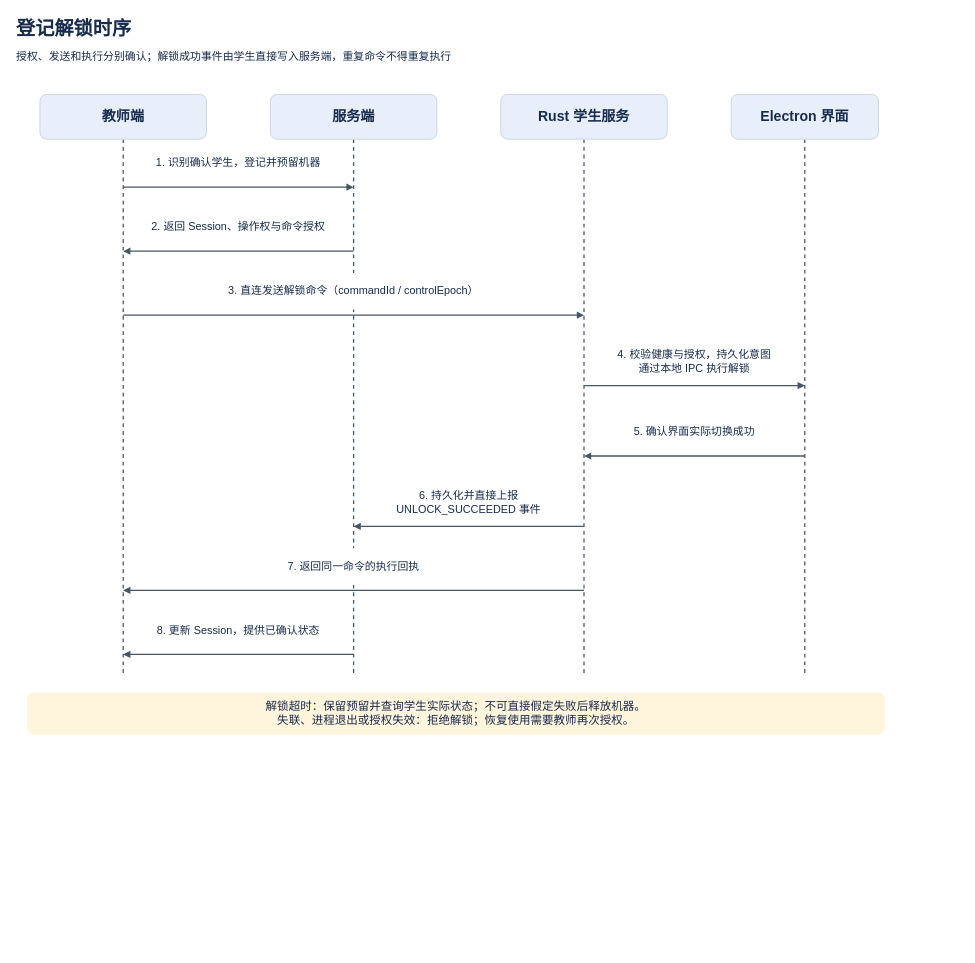
Before: page "登记解锁时序" (2 of 3) of docs/architecture.drawio in lmyzzzz/cyez-library-management, a draw.io diagram. Source tidied: cells renumbered, new cells numbered last; positions are measured from the earlier drawing's top-left corner, leaving out a move shared by most shapes. Both pictures are drawn from the tidied source at 64%, with x=0, y=0 at pixel (11, 11).
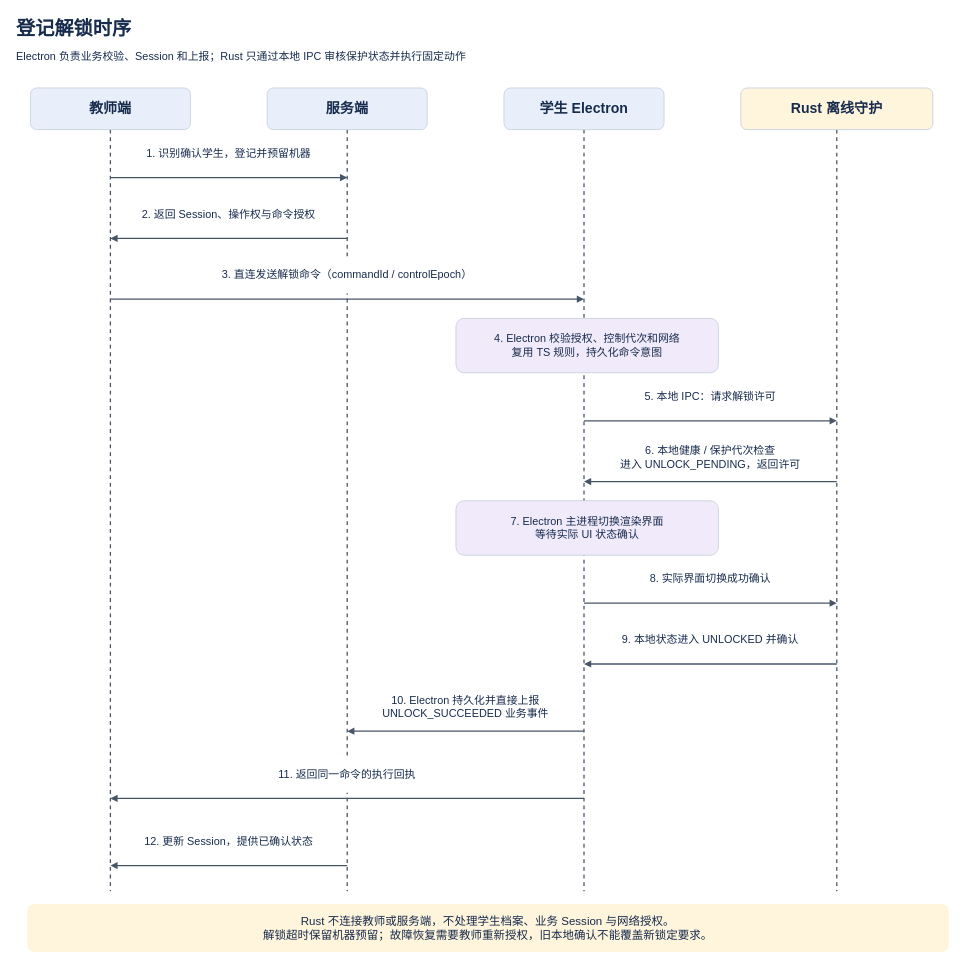
The same page after the edit.

Commit message (it also covers changes not shown here):
docs: move student logic to Electron and define Yarn workspaces

Diff of the diagram source:
```diff
@@
     <mxCell id="2" style="edgeStyle=none;rounded=0;html=0;strokeColor=#475569;strokeWidth=2;endArrow=none;endFill=1;startArrow=none;startFill=1;dashed=1;" parent="1" edge="1">
       <mxGeometry relative="1" as="geometry">
-        <mxPoint x="175" y="200" as="sourcePoint" />
-        <mxPoint x="175" y="1035" as="targetPoint" />
+        <mxPoint x="155" y="185" as="sourcePoint" />
+        <mxPoint x="155" y="1375" as="targetPoint" />
       </mxGeometry>
     </mxCell>
     <mxCell id="3" style="edgeStyle=none;rounded=0;html=0;strokeColor=#475569;strokeWidth=2;endArrow=none;endFill=1;startArrow=none;startFill=1;dashed=1;" parent="1" edge="1">
       <mxGeometry relative="1" as="geometry">
-        <mxPoint x="535" y="200" as="sourcePoint" />
-        <mxPoint x="535" y="1035" as="targetPoint" />
+        <mxPoint x="525" y="185" as="sourcePoint" />
+        <mxPoint x="525" y="1375" as="targetPoint" />
       </mxGeometry>
     </mxCell>
+    <mxCell id="29" style="edgeStyle=none;rounded=0;html=0;strokeColor=#475569;strokeWidth=2;endArrow=none;endFill=1;startArrow=none;startFill=1;dashed=1;" parent="1" edge="1">
+      <mxGeometry relative="1" as="geometry">
+        <mxPoint x="895" y="185" as="sourcePoint" />
+        <mxPoint x="895" y="1375" as="targetPoint" />
+      </mxGeometry>
+    </mxCell>
     <mxCell id="4" style="edgeStyle=none;rounded=0;html=0;strokeColor=#475569;strokeWidth=2;endArrow=none;endFill=1;startArrow=none;startFill=1;dashed=1;" parent="1" edge="1">
       <mxGeometry relative="1" as="geometry">
-        <mxPoint x="895" y="200" as="sourcePoint" />
-        <mxPoint x="895" y="1035" as="targetPoint" />
+        <mxPoint x="1290" y="185" as="sourcePoint" />
+        <mxPoint x="1290" y="1375" as="targetPoint" />
       </mxGeometry>
     </mxCell>
-    <mxCell id="5" style="edgeStyle=none;rounded=0;html=0;strokeColor=#475569;strokeWidth=2;endArrow=none;endFill=1;startArrow=none;startFill=1;dashed=1;" parent="1" edge="1">
-      <mxGeometry relative="1" as="geometry">
-        <mxPoint x="1240" y="200" as="sourcePoint" />
-        <mxPoint x="1240" y="1035" as="targetPoint" />
-      </mxGeometry>
-    </mxCell>
     <mxCell id="6" style="edgeStyle=none;rounded=0;html=0;strokeColor=#475569;strokeWidth=2;endArrow=block;endFill=1;startArrow=none;startFill=1;dashed=0;" parent="1" edge="1">
       <mxGeometry relative="1" as="geometry">
-        <mxPoint x="175" y="275" as="sourcePoint" />
-        <mxPoint x="535" y="275" as="targetPoint" />
+        <mxPoint x="155" y="260" as="sourcePoint" />
+        <mxPoint x="525" y="260" as="targetPoint" />
       </mxGeometry>
     </mxCell>
     <mxCell id="7" style="edgeStyle=none;rounded=0;html=0;strokeColor=#475569;strokeWidth=2;endArrow=block;endFill=1;startArrow=none;startFill=1;dashed=0;" parent="1" edge="1">
       <mxGeometry relative="1" as="geometry">
-        <mxPoint x="535" y="375" as="sourcePoint" />
-        <mxPoint x="175" y="375" as="targetPoint" />
+        <mxPoint x="525" y="355" as="sourcePoint" />
+        <mxPoint x="155" y="355" as="targetPoint" />
       </mxGeometry>
     </mxCell>
     <mxCell id="8" style="edgeStyle=none;rounded=0;html=0;strokeColor=#475569;strokeWidth=2;endArrow=block;endFill=1;startArrow=none;startFill=1;dashed=0;" parent="1" edge="1">
       <mxGeometry relative="1" as="geometry">
-        <mxPoint x="175" y="475" as="sourcePoint" />
-        <mxPoint x="895" y="475" as="targetPoint" />
+        <mxPoint x="155" y="450" as="sourcePoint" />
+        <mxPoint x="895" y="450" as="targetPoint" />
       </mxGeometry>
     </mxCell>
     <mxCell id="9" style="edgeStyle=none;rounded=0;html=0;strokeColor=#475569;strokeWidth=2;endArrow=block;endFill=1;startArrow=none;startFill=1;dashed=0;" parent="1" edge="1">
       <mxGeometry relative="1" as="geometry">
-        <mxPoint x="895" y="585" as="sourcePoint" />
-        <mxPoint x="1240" y="585" as="targetPoint" />
+        <mxPoint x="895" y="640" as="sourcePoint" />
+        <mxPoint x="1290" y="640" as="targetPoint" />
       </mxGeometry>
     </mxCell>
     <mxCell id="10" style="edgeStyle=none;rounded=0;html=0;strokeColor=#475569;strokeWidth=2;endArrow=block;endFill=1;startArrow=none;startFill=1;dashed=0;" parent="1" edge="1">
       <mxGeometry relative="1" as="geometry">
-        <mxPoint x="1240" y="695" as="sourcePoint" />
-        <mxPoint x="895" y="695" as="targetPoint" />
+        <mxPoint x="1290" y="735" as="sourcePoint" />
+        <mxPoint x="895" y="735" as="targetPoint" />
       </mxGeometry>
     </mxCell>
     <mxCell id="11" style="edgeStyle=none;rounded=0;html=0;strokeColor=#475569;strokeWidth=2;endArrow=block;endFill=1;startArrow=none;startFill=1;dashed=0;" parent="1" edge="1">
       <mxGeometry relative="1" as="geometry">
-        <mxPoint x="895" y="805" as="sourcePoint" />
-        <mxPoint x="535" y="805" as="targetPoint" />
+        <mxPoint x="895" y="925" as="sourcePoint" />
+        <mxPoint x="1290" y="925" as="targetPoint" />
       </mxGeometry>
     </mxCell>
     <mxCell id="12" style="edgeStyle=none;rounded=0;html=0;strokeColor=#475569;strokeWidth=2;endArrow=block;endFill=1;startArrow=none;startFill=1;dashed=0;" parent="1" edge="1">
       <mxGeometry relative="1" as="geometry">
-        <mxPoint x="895" y="905" as="sourcePoint" />
-        <mxPoint x="175" y="905" as="targetPoint" />
+        <mxPoint x="1290" y="1020" as="sourcePoint" />
+        <mxPoint x="895" y="1020" as="targetPoint" />
       </mxGeometry>
     </mxCell>
     <mxCell id="13" style="edgeStyle=none;rounded=0;html=0;strokeColor=#475569;strokeWidth=2;endArrow=block;endFill=1;startArrow=none;startFill=1;dashed=0;" parent="1" edge="1">
       <mxGeometry relative="1" as="geometry">
-        <mxPoint x="535" y="1005" as="sourcePoint" />
-        <mxPoint x="175" y="1005" as="targetPoint" />
+        <mxPoint x="895" y="1125" as="sourcePoint" />
+        <mxPoint x="525" y="1125" as="targetPoint" />
       </mxGeometry>
     </mxCell>
+    <mxCell id="30" style="edgeStyle=none;rounded=0;html=0;strokeColor=#475569;strokeWidth=2;endArrow=block;endFill=1;startArrow=none;startFill=1;dashed=0;" parent="1" edge="1">
+      <mxGeometry relative="1" as="geometry">
+        <mxPoint x="895" y="1230" as="sourcePoint" />
+        <mxPoint x="155" y="1230" as="targetPoint" />
+      </mxGeometry>
+    </mxCell>
+    <mxCell id="31" style="edgeStyle=none;rounded=0;html=0;strokeColor=#475569;strokeWidth=2;endArrow=block;endFill=1;startArrow=none;startFill=1;dashed=0;" parent="1" edge="1">
+      <mxGeometry relative="1" as="geometry">
+        <mxPoint x="525" y="1335" as="sourcePoint" />
+        <mxPoint x="155" y="1335" as="targetPoint" />
+      </mxGeometry>
+    </mxCell>
     <mxCell id="14" value="登记解锁时序" style="rounded=1;whiteSpace=wrap;html=0;fillColor=none;strokeColor=none;strokeWidth=1.5;fontColor=#172b4d;fontFamily=Microsoft YaHei;fontSize=30;fontStyle=1;align=left;verticalAlign=middle;spacing=8;" parent="1" vertex="1">
-      <mxGeometry width="1390" height="52" as="geometry" />
+      <mxGeometry width="1490" height="52" as="geometry" />
     </mxCell>
-    <mxCell id="15" value="授权、发送和执行分别确认；解锁成功事件由学生直接写入服务端，重复命令不得重复执行" style="rounded=1;whiteSpace=wrap;html=0;fillColor=none;strokeColor=none;strokeWidth=1.5;fontColor=#172b4d;fontFamily=Microsoft YaHei;fontSize=17;fontStyle=0;align=left;verticalAlign=middle;spacing=8;" parent="1" vertex="1">
-      <mxGeometry y="53" width="1390" height="36" as="geometry" />
+    <mxCell id="15" value="Electron 负责业务校验、Session 和上报；Rust 只通过本地 IPC 审核保护状态并执行固定动作" style="rounded=1;whiteSpace=wrap;html=0;fillColor=none;strokeColor=none;strokeWidth=1.5;fontColor=#172b4d;fontFamily=Microsoft YaHei;fontSize=17;fontStyle=0;align=left;verticalAlign=middle;spacing=8;" parent="1" vertex="1">
+      <mxGeometry y="53" width="1490" height="36" as="geometry" />
     </mxCell>
     <mxCell id="16" value="教师端" style="rounded=1;whiteSpace=wrap;html=0;fillColor=#e8effa;strokeColor=#cbd5e1;strokeWidth=1.5;fontColor=#172b4d;fontFamily=Microsoft YaHei;fontSize=22;fontStyle=1;align=center;verticalAlign=middle;spacing=8;" parent="1" vertex="1">
-      <mxGeometry x="45" y="130" width="260" height="70" as="geometry" />
+      <mxGeometry x="30" y="120" width="250" height="65" as="geometry" />
     </mxCell>
     <mxCell id="17" value="服务端" style="rounded=1;whiteSpace=wrap;html=0;fillColor=#e8effa;strokeColor=#cbd5e1;strokeWidth=1.5;fontColor=#172b4d;fontFamily=Microsoft YaHei;fontSize=22;fontStyle=1;align=center;verticalAlign=middle;spacing=8;" parent="1" vertex="1">
-      <mxGeometry x="405" y="130" width="260" height="70" as="geometry" />
+      <mxGeometry x="400" y="120" width="250" height="65" as="geometry" />
     </mxCell>
+    <mxCell id="32" value="学生 Electron" style="rounded=1;whiteSpace=wrap;html=0;fillColor=#e8effa;strokeColor=#cbd5e1;strokeWidth=1.5;fontColor=#172b4d;fontFamily=Microsoft YaHei;fontSize=22;fontStyle=1;align=center;verticalAlign=middle;spacing=8;" parent="1" vertex="1">
+      <mxGeometry x="770" y="120" width="250" height="65" as="geometry" />
+    </mxCell>
-    <mxCell id="18" value="Rust 学生服务" style="rounded=1;whiteSpace=wrap;html=0;fillColor=#e8effa;strokeColor=#cbd5e1;strokeWidth=1.5;fontColor=#172b4d;fontFamily=Microsoft YaHei;fontSize=22;fontStyle=1;align=center;verticalAlign=middle;spacing=8;" parent="1" vertex="1">
-      <mxGeometry x="765" y="130" width="260" height="70" as="geometry" />
+    <mxCell id="18" value="Rust 离线守护" style="rounded=1;whiteSpace=wrap;html=0;fillColor=#fff4dc;strokeColor=#cbd5e1;strokeWidth=1.5;fontColor=#172b4d;fontFamily=Microsoft YaHei;fontSize=22;fontStyle=1;align=center;verticalAlign=middle;spacing=8;" parent="1" vertex="1">
+      <mxGeometry x="1140" y="120" width="300" height="65" as="geometry" />
     </mxCell>
-    <mxCell id="19" value="Electron 界面" style="rounded=1;whiteSpace=wrap;html=0;fillColor=#e8effa;strokeColor=#cbd5e1;strokeWidth=1.5;fontColor=#172b4d;fontFamily=Microsoft YaHei;fontSize=22;fontStyle=1;align=center;verticalAlign=middle;spacing=8;" parent="1" vertex="1">
-      <mxGeometry x="1125" y="130" width="230" height="70" as="geometry" />
-    </mxCell>
     <mxCell id="20" value="1. 识别确认学生，登记并预留机器" style="rounded=1;whiteSpace=wrap;html=0;fillColor=#ffffff;strokeColor=none;strokeWidth=1.5;fontColor=#172b4d;fontFamily=Microsoft YaHei;fontSize=17;fontStyle=0;align=center;verticalAlign=middle;spacing=8;" parent="1" vertex="1">
-      <mxGeometry x="183" y="209" width="344" height="57" as="geometry" />
+      <mxGeometry x="163" y="194" width="354" height="57" as="geometry" />
     </mxCell>
     <mxCell id="21" value="2. 返回 Session、操作权与命令授权" style="rounded=1;whiteSpace=wrap;html=0;fillColor=#ffffff;strokeColor=none;strokeWidth=1.5;fontColor=#172b4d;fontFamily=Microsoft YaHei;fontSize=17;fontStyle=0;align=center;verticalAlign=middle;spacing=8;" parent="1" vertex="1">
-      <mxGeometry x="183" y="309" width="344" height="57" as="geometry" />
+      <mxGeometry x="163" y="289" width="354" height="57" as="geometry" />
     </mxCell>
     <mxCell id="22" value="3. 直连发送解锁命令（commandId / controlEpoch）" style="rounded=1;whiteSpace=wrap;html=0;fillColor=#ffffff;strokeColor=none;strokeWidth=1.5;fontColor=#172b4d;fontFamily=Microsoft YaHei;fontSize=17;fontStyle=0;align=center;verticalAlign=middle;spacing=8;" parent="1" vertex="1">
-      <mxGeometry x="183" y="409" width="704" height="57" as="geometry" />
+      <mxGeometry x="163" y="384" width="724" height="57" as="geometry" />
     </mxCell>
-    <mxCell id="23" value="4. 校验健康与授权，持久化意图&#10;通过本地 IPC 执行解锁" style="rounded=1;whiteSpace=wrap;html=0;fillColor=#ffffff;strokeColor=none;strokeWidth=1.5;fontColor=#172b4d;fontFamily=Microsoft YaHei;fontSize=17;fontStyle=0;align=center;verticalAlign=middle;spacing=8;" parent="1" vertex="1">
-      <mxGeometry x="903" y="519" width="329" height="57" as="geometry" />
+    <mxCell id="23" value="5. 本地 IPC：请求解锁许可" style="rounded=1;whiteSpace=wrap;html=0;fillColor=#ffffff;strokeColor=none;strokeWidth=1.5;fontColor=#172b4d;fontFamily=Microsoft YaHei;fontSize=17;fontStyle=0;align=center;verticalAlign=middle;spacing=8;" parent="1" vertex="1">
+      <mxGeometry x="903" y="574" width="379" height="57" as="geometry" />
     </mxCell>
-    <mxCell id="24" value="5. 确认界面实际切换成功" style="rounded=1;whiteSpace=wrap;html=0;fillColor=#ffffff;strokeColor=none;strokeWidth=1.5;fontColor=#172b4d;fontFamily=Microsoft YaHei;fontSize=17;fontStyle=0;align=center;verticalAlign=middle;spacing=8;" parent="1" vertex="1">
-      <mxGeometry x="903" y="629" width="329" height="57" as="geometry" />
+    <mxCell id="24" value="6. 本地健康 / 保护代次检查&#10;进入 UNLOCK_PENDING，返回许可" style="rounded=1;whiteSpace=wrap;html=0;fillColor=#ffffff;strokeColor=none;strokeWidth=1.5;fontColor=#172b4d;fontFamily=Microsoft YaHei;fontSize=17;fontStyle=0;align=center;verticalAlign=middle;spacing=8;" parent="1" vertex="1">
+      <mxGeometry x="903" y="669" width="379" height="57" as="geometry" />
     </mxCell>
-    <mxCell id="25" value="6. 持久化并直接上报&#10;UNLOCK_SUCCEEDED 事件" style="rounded=1;whiteSpace=wrap;html=0;fillColor=#ffffff;strokeColor=none;strokeWidth=1.5;fontColor=#172b4d;fontFamily=Microsoft YaHei;fontSize=17;fontStyle=0;align=center;verticalAlign=middle;spacing=8;" parent="1" vertex="1">
-      <mxGeometry x="543" y="739" width="344" height="57" as="geometry" />
+    <mxCell id="25" value="8. 实际界面切换成功确认" style="rounded=1;whiteSpace=wrap;html=0;fillColor=#ffffff;strokeColor=none;strokeWidth=1.5;fontColor=#172b4d;fontFamily=Microsoft YaHei;fontSize=17;fontStyle=0;align=center;verticalAlign=middle;spacing=8;" parent="1" vertex="1">
+      <mxGeometry x="903" y="859" width="379" height="57" as="geometry" />
     </mxCell>
-    <mxCell id="26" value="7. 返回同一命令的执行回执" style="rounded=1;whiteSpace=wrap;html=0;fillColor=#ffffff;strokeColor=none;strokeWidth=1.5;fontColor=#172b4d;fontFamily=Microsoft YaHei;fontSize=17;fontStyle=0;align=center;verticalAlign=middle;spacing=8;" parent="1" vertex="1">
-      <mxGeometry x="183" y="839" width="704" height="57" as="geometry" />
+    <mxCell id="26" value="9. 本地状态进入 UNLOCKED 并确认" style="rounded=1;whiteSpace=wrap;html=0;fillColor=#ffffff;strokeColor=none;strokeWidth=1.5;fontColor=#172b4d;fontFamily=Microsoft YaHei;fontSize=17;fontStyle=0;align=center;verticalAlign=middle;spacing=8;" parent="1" vertex="1">
+      <mxGeometry x="903" y="954" width="379" height="57" as="geometry" />
     </mxCell>
-    <mxCell id="27" value="8. 更新 Session，提供已确认状态" style="rounded=1;whiteSpace=wrap;html=0;fillColor=#ffffff;strokeColor=none;strokeWidth=1.5;fontColor=#172b4d;fontFamily=Microsoft YaHei;fontSize=17;fontStyle=0;align=center;verticalAlign=middle;spacing=8;" parent="1" vertex="1">
-      <mxGeometry x="183" y="939" width="344" height="57" as="geometry" />
+    <mxCell id="27" value="10. Electron 持久化并直接上报&#10;UNLOCK_SUCCEEDED 业务事件" style="rounded=1;whiteSpace=wrap;html=0;fillColor=#ffffff;strokeColor=none;strokeWidth=1.5;fontColor=#172b4d;fontFamily=Microsoft YaHei;fontSize=17;fontStyle=0;align=center;verticalAlign=middle;spacing=8;" parent="1" vertex="1">
+      <mxGeometry x="533" y="1059" width="354" height="57" as="geometry" />
     </mxCell>
+    <mxCell id="33" value="11. 返回同一命令的执行回执" style="rounded=1;whiteSpace=wrap;html=0;fillColor=#ffffff;strokeColor=none;strokeWidth=1.5;fontColor=#172b4d;fontFamily=Microsoft YaHei;fontSize=17;fontStyle=0;align=center;verticalAlign=middle;spacing=8;" parent="1" vertex="1">
+      <mxGeometry x="163" y="1164" width="724" height="57" as="geometry" />
+    </mxCell>
+    <mxCell id="34" value="12. 更新 Session，提供已确认状态" style="rounded=1;whiteSpace=wrap;html=0;fillColor=#ffffff;strokeColor=none;strokeWidth=1.5;fontColor=#172b4d;fontFamily=Microsoft YaHei;fontSize=17;fontStyle=0;align=center;verticalAlign=middle;spacing=8;" parent="1" vertex="1">
+      <mxGeometry x="163" y="1269" width="354" height="57" as="geometry" />
+    </mxCell>
+    <mxCell id="35" value="4. Electron 校验授权、控制代次和网络&#10;复用 TS 规则，持久化命令意图" style="rounded=1;whiteSpace=wrap;html=0;fillColor=#f0eafa;strokeColor=#cbd5e1;strokeWidth=1.5;fontColor=#172b4d;fontFamily=Microsoft YaHei;fontSize=17;fontStyle=0;align=center;verticalAlign=middle;spacing=8;" parent="1" vertex="1">
+      <mxGeometry x="695" y="480" width="410" height="85" as="geometry" />
+    </mxCell>
+    <mxCell id="36" value="7. Electron 主进程切换渲染界面&#10;等待实际 UI 状态确认" style="rounded=1;whiteSpace=wrap;html=0;fillColor=#f0eafa;strokeColor=#cbd5e1;strokeWidth=1.5;fontColor=#172b4d;fontFamily=Microsoft YaHei;fontSize=17;fontStyle=0;align=center;verticalAlign=middle;spacing=8;" parent="1" vertex="1">
+      <mxGeometry x="695" y="765" width="410" height="85" as="geometry" />
+    </mxCell>
-    <mxCell id="28" value="解锁超时：保留预留并查询学生实际状态；不可直接假定失败后释放机器。&#10;失联、进程退出或授权失效：拒绝解锁；恢复使用需要教师再次授权。" style="rounded=1;whiteSpace=wrap;html=0;fillColor=#fff4dc;strokeColor=none;strokeWidth=1.5;fontColor=#172b4d;fontFamily=Microsoft YaHei;fontSize=18;fontStyle=0;align=center;verticalAlign=middle;spacing=8;" parent="1" vertex="1">
-      <mxGeometry x="25" y="1065" width="1340" height="65" as="geometry" />
+    <mxCell id="28" value="Rust 不连接教师或服务端，不处理学生档案、业务 Session 与网络授权。&#10;解锁超时保留机器预留；故障恢复需要教师重新授权，旧本地确认不能覆盖新锁定要求。" style="rounded=1;whiteSpace=wrap;html=0;fillColor=#fff4dc;strokeColor=none;strokeWidth=1.5;fontColor=#172b4d;fontFamily=Microsoft YaHei;fontSize=18;fontStyle=0;align=center;verticalAlign=middle;spacing=8;" parent="1" vertex="1">
+      <mxGeometry x="25" y="1395" width="1440" height="75" as="geometry" />
     </mxCell>
```
